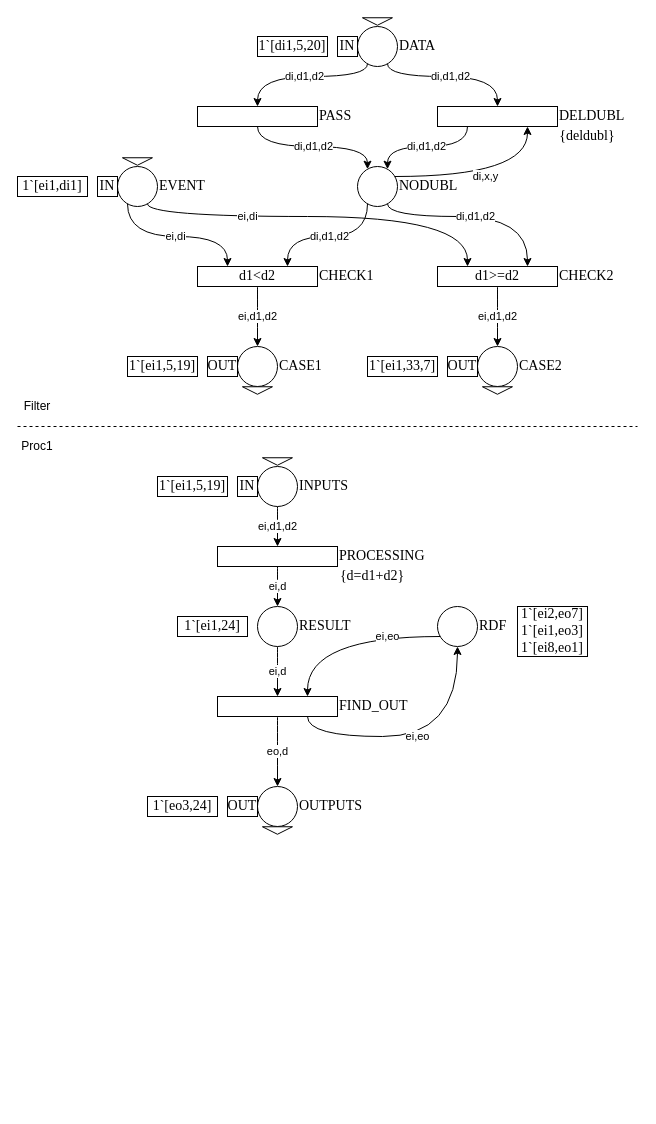
Above: page "Event-Data" (7 of 7) of docs/Experimental-Nets.drawio in valooford/OntoNet-CPN (draw.io), before the change. Source tidied: cells renumbered, new cells numbered last; positions are measured from the earlier drawing's top-left corner, leaving out a move shared by most shapes. Both pictures are drawn from the tidied source at 100%, with x=0, y=0 at pixel (17, 6).
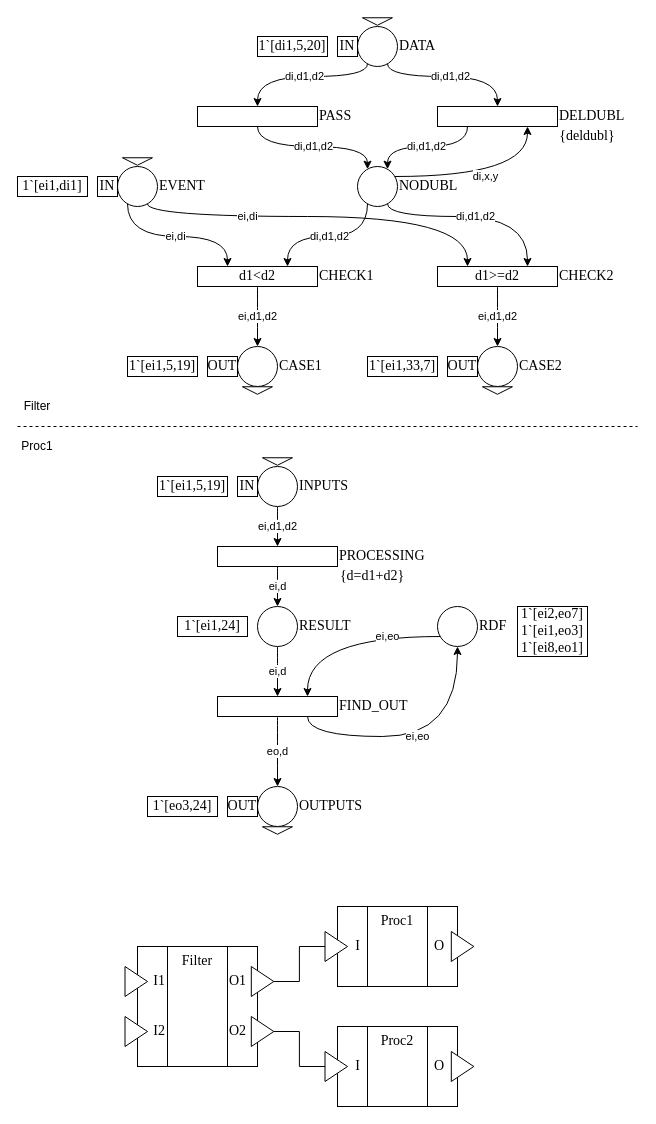
The same page after the edit.

Commit message:
Communication diagram for event-data net have been added

What changed in the source:
```diff
@@
+    <mxCell id="61" value="Filter" style="shape=process;whiteSpace=wrap;html=1;backgroundOutline=1;fontFamily=Times New Roman;fontSize=14;size=0.25;verticalAlign=top;" parent="1" vertex="1">
+      <mxGeometry x="120" y="940" width="120" height="120" as="geometry" />
+    </mxCell>
@@
+    <mxCell id="62" style="edgeStyle=orthogonalEdgeStyle;rounded=0;jettySize=auto;html=1;exitX=1;exitY=0.5;exitDx=0;exitDy=0;entryX=0;entryY=0.5;entryDx=0;entryDy=0;fontFamily=Times New Roman;fontSize=14;endArrow=none;endFill=0;" parent="1" edge="1" source="63" target="74">
+      <mxGeometry relative="1" as="geometry" />
+    </mxCell>
+    <mxCell id="63" style="triangle;whiteSpace=wrap;html=1;fontFamily=Times New Roman;fontSize=14;" parent="1" vertex="1">
+      <mxGeometry x="233.8" y="960" width="22.5" height="30" as="geometry" />
+    </mxCell>
+    <mxCell id="64" style="edgeStyle=orthogonalEdgeStyle;rounded=0;jettySize=auto;html=1;exitX=1;exitY=0.5;exitDx=0;exitDy=0;entryX=0;entryY=0.5;entryDx=0;entryDy=0;endArrow=none;endFill=0;fontFamily=Times New Roman;fontSize=14;" parent="1" edge="1" source="65" target="76">
+      <mxGeometry relative="1" as="geometry" />
+    </mxCell>
+    <mxCell id="65" style="triangle;whiteSpace=wrap;html=1;fontFamily=Times New Roman;fontSize=14;" parent="1" vertex="1">
+      <mxGeometry x="233.8" y="1010" width="22.5" height="30" as="geometry" />
+    </mxCell>
+    <mxCell id="66" style="triangle;whiteSpace=wrap;html=1;fontFamily=Times New Roman;fontSize=14;" parent="1" vertex="1">
+      <mxGeometry x="107.5" y="960" width="22.5" height="30" as="geometry" />
+    </mxCell>
+    <mxCell id="67" style="triangle;whiteSpace=wrap;html=1;fontFamily=Times New Roman;fontSize=14;" parent="1" vertex="1">
+      <mxGeometry x="107.5" y="1010" width="22.5" height="30" as="geometry" />
+    </mxCell>
+    <mxCell id="68" value="I1" style="text;html=1;strokeColor=none;fillColor=none;align=right;verticalAlign=middle;whiteSpace=wrap;rounded=0;fontFamily=Times New Roman;fontSize=14;" parent="1" vertex="1">
+      <mxGeometry x="120" y="965" width="30" height="20" as="geometry" />
+    </mxCell>
+    <mxCell id="69" value="I2" style="text;html=1;strokeColor=none;fillColor=none;align=right;verticalAlign=middle;whiteSpace=wrap;rounded=0;fontFamily=Times New Roman;fontSize=14;" parent="1" vertex="1">
+      <mxGeometry x="120" y="1015" width="30" height="20" as="geometry" />
+    </mxCell>
+    <mxCell id="70" value="O1" style="text;html=1;strokeColor=none;fillColor=none;align=left;verticalAlign=middle;whiteSpace=wrap;rounded=0;fontFamily=Times New Roman;fontSize=14;" parent="1" vertex="1">
+      <mxGeometry x="210" y="965" width="30" height="20" as="geometry" />
+    </mxCell>
+    <mxCell id="71" value="O2" style="text;html=1;strokeColor=none;fillColor=none;align=left;verticalAlign=middle;whiteSpace=wrap;rounded=0;fontFamily=Times New Roman;fontSize=14;" parent="1" vertex="1">
+      <mxGeometry x="210" y="1015" width="30" height="20" as="geometry" />
+    </mxCell>
+    <mxCell id="72" value="Proc1" style="shape=process;whiteSpace=wrap;html=1;backgroundOutline=1;fontFamily=Times New Roman;fontSize=14;size=0.25;verticalAlign=top;" parent="1" vertex="1">
+      <mxGeometry x="320" y="900" width="120" height="80" as="geometry" />
+    </mxCell>
+    <mxCell id="73" value="Proc2" style="shape=process;whiteSpace=wrap;html=1;backgroundOutline=1;fontFamily=Times New Roman;fontSize=14;size=0.25;verticalAlign=top;" parent="1" vertex="1">
+      <mxGeometry x="320" y="1020" width="120" height="80" as="geometry" />
+    </mxCell>
+    <mxCell id="74" style="triangle;whiteSpace=wrap;html=1;fontFamily=Times New Roman;fontSize=14;" parent="1" vertex="1">
+      <mxGeometry x="307.5" y="925" width="22.5" height="30" as="geometry" />
+    </mxCell>
+    <mxCell id="75" value="I" style="text;html=1;strokeColor=none;fillColor=none;align=right;verticalAlign=middle;whiteSpace=wrap;rounded=0;fontFamily=Times New Roman;fontSize=14;spacingRight=5;" parent="1" vertex="1">
+      <mxGeometry x="320" y="930" width="30" height="20" as="geometry" />
+    </mxCell>
+    <mxCell id="76" style="triangle;whiteSpace=wrap;html=1;fontFamily=Times New Roman;fontSize=14;" parent="1" vertex="1">
+      <mxGeometry x="307.5" y="1045" width="22.5" height="30" as="geometry" />
+    </mxCell>
+    <mxCell id="77" value="I" style="text;html=1;strokeColor=none;fillColor=none;align=right;verticalAlign=middle;whiteSpace=wrap;rounded=0;fontFamily=Times New Roman;fontSize=14;spacingRight=5;" parent="1" vertex="1">
+      <mxGeometry x="320" y="1050" width="30" height="20" as="geometry" />
+    </mxCell>
+    <mxCell id="78" style="triangle;whiteSpace=wrap;html=1;fontFamily=Times New Roman;fontSize=14;" parent="1" vertex="1">
+      <mxGeometry x="433.8" y="925" width="22.5" height="30" as="geometry" />
+    </mxCell>
+    <mxCell id="79" value="O" style="text;html=1;strokeColor=none;fillColor=none;align=left;verticalAlign=middle;whiteSpace=wrap;rounded=0;fontFamily=Times New Roman;fontSize=14;spacingLeft=5;" parent="1" vertex="1">
+      <mxGeometry x="410" y="930" width="30" height="20" as="geometry" />
+    </mxCell>
+    <mxCell id="80" style="triangle;whiteSpace=wrap;html=1;fontFamily=Times New Roman;fontSize=14;" parent="1" vertex="1">
+      <mxGeometry x="433.8" y="1045" width="22.5" height="30" as="geometry" />
+    </mxCell>
+    <mxCell id="81" value="O" style="text;html=1;strokeColor=none;fillColor=none;align=left;verticalAlign=middle;whiteSpace=wrap;rounded=0;fontFamily=Times New Roman;fontSize=14;spacingLeft=5;" parent="1" vertex="1">
+      <mxGeometry x="410" y="1050" width="30" height="20" as="geometry" />
+    </mxCell>
```
